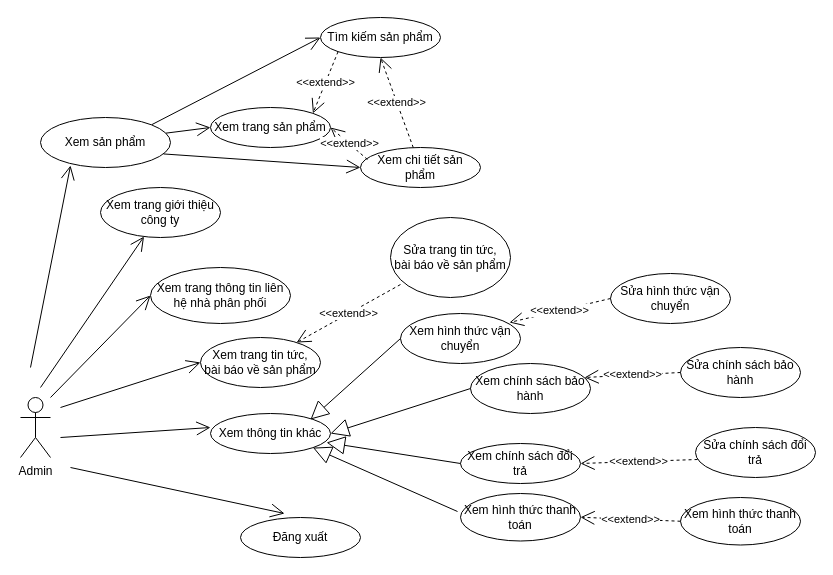
hoangminh15/PTTKHT keeps this draw.io diagram as AdminUseCase.drawio. Above is the earlier version. Source tidied: cells renumbered, new cells numbered last; positions are measured from the earlier drawing's top-left corner, leaving out a move shared by most shapes. Both pictures are drawn from the tidied source at 100%, with x=0, y=0 at pixel (20, 17).
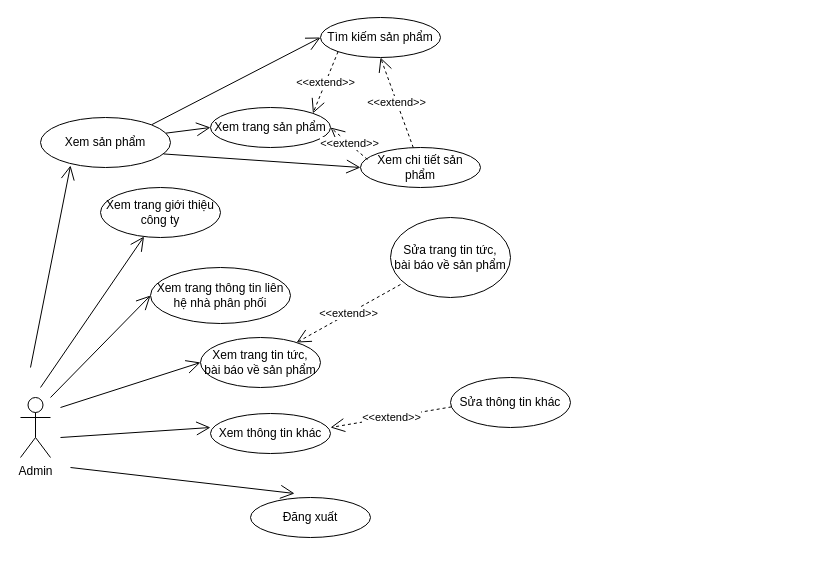
After the change.

The change refers to these unchanged cells:
```xml
<mxCell id="16" value="Xem thông tin khác" style="ellipse;whiteSpace=wrap;html=1;" parent="1" vertex="1">
  <mxGeometry x="190" y="396" width="120" height="40" as="geometry" />
</mxCell>
```

What changed in the source:
```diff
@@
-    <mxCell id="3" value="Sửa hình thức vận chuyển" style="ellipse;whiteSpace=wrap;html=1;" parent="1" vertex="1">
-      <mxGeometry x="590" y="256" width="120" height="50" as="geometry" />
-    </mxCell>
-    <mxCell id="4" value="Sửa chính sách bảo hành" style="ellipse;whiteSpace=wrap;html=1;" parent="1" vertex="1">
-      <mxGeometry x="660" y="330" width="120" height="50" as="geometry" />
-    </mxCell>
-    <mxCell id="5" value="Sửa chính sách đổi trả" style="ellipse;whiteSpace=wrap;html=1;" parent="1" vertex="1">
-      <mxGeometry x="675" y="410" width="120" height="50" as="geometry" />
-    </mxCell>
-    <mxCell id="6" style="edgeStyle=orthogonalEdgeStyle;rounded=0;orthogonalLoop=1;jettySize=auto;html=1;exitX=0.5;exitY=1;exitDx=0;exitDy=0;" parent="1" edge="1" source="5" target="5">
-      <mxGeometry relative="1" as="geometry" />
-    </mxCell>
-    <mxCell id="7" value="Xem hình thức thanh toán" style="ellipse;whiteSpace=wrap;html=1;" parent="1" vertex="1">
-      <mxGeometry x="660" y="480" width="120" height="47.5" as="geometry" />
-    </mxCell>
     <mxCell id="8" value="Đăng xuất" style="ellipse;whiteSpace=wrap;html=1;" parent="1" vertex="1">
-      <mxGeometry x="220" y="500" width="120" height="40" as="geometry" />
+      <mxGeometry x="230" y="480" width="120" height="40" as="geometry" />
     </mxCell>
@@
-    <mxCell id="12" value="Xem hình thức thanh toán" style="ellipse;whiteSpace=wrap;html=1;" parent="1" vertex="1">
-      <mxGeometry x="440" y="476" width="120" height="47.5" as="geometry" />
-    </mxCell>
-    <mxCell id="13" value="Xem hình thức vận chuyển" style="ellipse;whiteSpace=wrap;html=1;" parent="1" vertex="1">
-      <mxGeometry x="380" y="296" width="120" height="50" as="geometry" />
-    </mxCell>
-    <mxCell id="14" value="Xem chính sách bảo hành" style="ellipse;whiteSpace=wrap;html=1;" parent="1" vertex="1">
-      <mxGeometry x="450" y="346" width="120" height="50" as="geometry" />
-    </mxCell>
-    <mxCell id="15" value="Xem chính sách đổi trả" style="ellipse;whiteSpace=wrap;html=1;" parent="1" vertex="1">
-      <mxGeometry x="440" y="426" width="120" height="40" as="geometry" />
-    </mxCell>
@@
-    <mxCell id="18" style="endArrow=block;endSize=16;endFill=0;html=1;exitX=0;exitY=0.5;exitDx=0;exitDy=0;" parent="1" edge="1" source="13">
-      <mxGeometry relative="1" as="geometry">
-        <mxPoint x="290" y="402" as="targetPoint" />
-      </mxGeometry>
-    </mxCell>
-    <mxCell id="19" style="endArrow=block;endSize=16;endFill=0;html=1;entryX=1;entryY=0.5;entryDx=0;entryDy=0;exitX=0;exitY=0.5;exitDx=0;exitDy=0;" parent="1" edge="1" source="14" target="16">
-      <mxGeometry relative="1" as="geometry" />
-    </mxCell>
-    <mxCell id="20" style="endArrow=block;endSize=16;endFill=0;html=1;entryX=0.967;entryY=0.725;entryDx=0;entryDy=0;exitX=0;exitY=0.5;exitDx=0;exitDy=0;entryPerimeter=0;" parent="1" edge="1" source="15" target="16">
-      <mxGeometry relative="1" as="geometry" />
-    </mxCell>
-    <mxCell id="21" style="endArrow=block;endSize=16;endFill=0;html=1;entryX=1;entryY=1;entryDx=0;entryDy=0;exitX=-0.025;exitY=0.379;exitDx=0;exitDy=0;exitPerimeter=0;" parent="1" edge="1" source="12" target="16">
-      <mxGeometry relative="1" as="geometry" />
-    </mxCell>
@@
-    <mxCell id="26" value="&amp;lt;&amp;lt;extend&amp;gt;&amp;gt;" style="endArrow=open;endSize=12;dashed=1;html=1;exitX=0;exitY=0.5;exitDx=0;exitDy=0;entryX=0.908;entryY=0.18;entryDx=0;entryDy=0;entryPerimeter=0;" parent="1" edge="1" source="3" target="13">
-      <mxGeometry relative="1" as="geometry" />
-    </mxCell>
-    <mxCell id="27" value="&amp;lt;&amp;lt;extend&amp;gt;&amp;gt;" style="endArrow=open;endSize=12;dashed=1;html=1;exitX=0;exitY=0.5;exitDx=0;exitDy=0;entryX=0.95;entryY=0.28;entryDx=0;entryDy=0;entryPerimeter=0;" parent="1" edge="1" source="4" target="14">
-      <mxGeometry relative="1" as="geometry" />
-    </mxCell>
-    <mxCell id="28" value="&amp;lt;&amp;lt;extend&amp;gt;&amp;gt;" style="endArrow=open;endSize=12;dashed=1;html=1;exitX=0.017;exitY=0.64;exitDx=0;exitDy=0;entryX=1;entryY=0.5;entryDx=0;entryDy=0;exitPerimeter=0;" parent="1" edge="1" source="5" target="15">
-      <mxGeometry relative="1" as="geometry" />
-    </mxCell>
-    <mxCell id="29" value="&amp;lt;&amp;lt;extend&amp;gt;&amp;gt;" style="endArrow=open;endSize=12;dashed=1;html=1;exitX=0;exitY=0.5;exitDx=0;exitDy=0;entryX=1;entryY=0.5;entryDx=0;entryDy=0;" parent="1" edge="1" source="7" target="12">
-      <mxGeometry relative="1" as="geometry" />
-    </mxCell>
@@
+    <mxCell id="43" value="&amp;lt;&amp;lt;extend&amp;gt;&amp;gt;" style="endArrow=open;endSize=12;dashed=1;html=1;exitX=0.008;exitY=0.588;exitDx=0;exitDy=0;exitPerimeter=0;entryX=1;entryY=0.35;entryDx=0;entryDy=0;entryPerimeter=0;" parent="1" edge="1" source="44" target="16">
+      <mxGeometry relative="1" as="geometry" />
+    </mxCell>
+    <mxCell id="44" value="Sửa thông tin khác" style="ellipse;whiteSpace=wrap;html=1;" parent="1" vertex="1">
+      <mxGeometry x="430" y="360" width="120" height="50" as="geometry" />
+    </mxCell>
```
